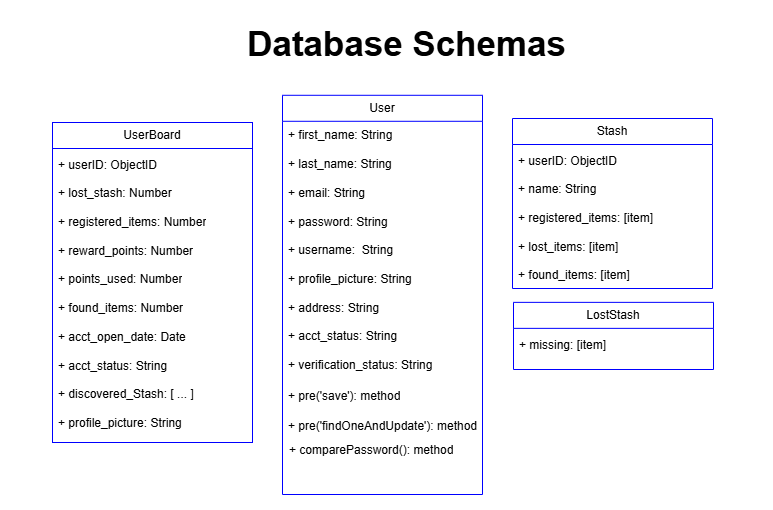
The draw.io diagram assets/docsIMG/database_schema.drawio (1).png in Cokode/mesh, before a commit. Source tidied: cells renumbered, new cells last; positions are measured from the earlier drawing's top-left corner, leaving out a move shared by most shapes.
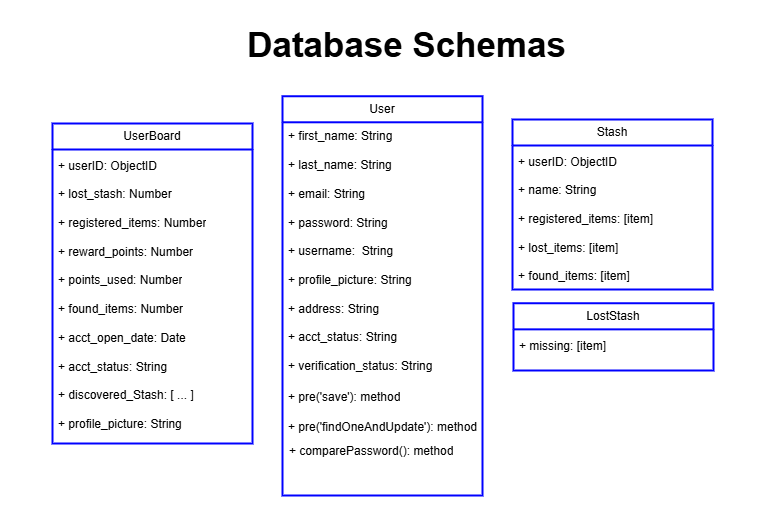
The same diagram one commit later.

Commit message:
Update Database Schema UML

Change to the diagram source:
```diff
@@ -11,7 +11,7 @@
     <mxCell id="4" style="group;strokeColor=#0000FF;" parent="1" vertex="1">
       <mxGeometry x="52" y="123" width="200" height="320" as="geometry" />
     </mxCell>
-    <mxCell id="5" value="UserBoard" style="swimlane;fontStyle=0;horizontal=1;startSize=26;fillColor=none;whiteSpace=wrap;html=1;swimlaneFillColor=none;strokeColor=#0000FF;" parent="4" vertex="1">
+    <mxCell id="5" value="UserBoard" style="swimlane;fontStyle=0;horizontal=1;startSize=26;fillColor=none;whiteSpace=wrap;html=1;swimlaneFillColor=none;strokeColor=#0000FF;strokeWidth=2;" parent="4" vertex="1">
       <mxGeometry width="200" height="320" as="geometry" />
     </mxCell>
     <mxCell id="6" value="+ userID: ObjectID" style="text;strokeColor=none;fillColor=none;align=left;verticalAlign=top;spacingLeft=4;spacingRight=4;overflow=hidden;whiteSpace=wrap;html=1;" parent="4" vertex="1">
@@ -44,7 +44,7 @@
     <mxCell id="15" value="+ profile_picture: String" style="text;strokeColor=none;fillColor=none;align=left;verticalAlign=top;spacingLeft=4;spacingRight=4;overflow=hidden;whiteSpace=wrap;html=1;" parent="4" vertex="1">
       <mxGeometry y="286.9" width="200" height="28.7" as="geometry" />
     </mxCell>
-    <mxCell id="16" value="User" style="swimlane;fontStyle=0;horizontal=1;startSize=26;fillColor=none;whiteSpace=wrap;html=1;swimlaneFillColor=none;strokeColor=#0000FF;" parent="1" vertex="1">
+    <mxCell id="16" value="User" style="swimlane;fontStyle=0;horizontal=1;startSize=26;fillColor=none;whiteSpace=wrap;html=1;swimlaneFillColor=none;strokeColor=#0000FF;strokeWidth=2;" parent="1" vertex="1">
       <mxGeometry x="282" y="95.8" width="200" height="399.2" as="geometry" />
     </mxCell>
     <mxCell id="17" value="+ first_name: String" style="text;strokeColor=none;fillColor=none;align=left;verticalAlign=top;spacingLeft=4;spacingRight=4;overflow=hidden;whiteSpace=wrap;html=1;" parent="1" vertex="1">
@@ -83,7 +83,7 @@
     <mxCell id="28" value="+ comparePassword(): method" style="text;strokeColor=none;fillColor=none;align=left;verticalAlign=top;spacingLeft=4;spacingRight=4;overflow=hidden;whiteSpace=wrap;html=1;" parent="1" vertex="1">
       <mxGeometry x="283" y="436.7" width="200" height="28.7" as="geometry" />
     </mxCell>
-    <mxCell id="29" value="Stash" style="swimlane;fontStyle=0;horizontal=1;startSize=26;fillColor=none;whiteSpace=wrap;html=1;swimlaneFillColor=none;strokeColor=#0000FF;" parent="1" vertex="1">
+    <mxCell id="29" value="Stash" style="swimlane;fontStyle=0;horizontal=1;startSize=26;fillColor=none;whiteSpace=wrap;html=1;swimlaneFillColor=none;strokeColor=#0000FF;strokeWidth=2;" parent="1" vertex="1">
       <mxGeometry x="512" y="119" width="200" height="170" as="geometry" />
     </mxCell>
     <mxCell id="30" value="+ userID: ObjectID" style="text;strokeColor=none;fillColor=none;align=left;verticalAlign=top;spacingLeft=4;spacingRight=4;overflow=hidden;whiteSpace=wrap;html=1;" parent="1" vertex="1">
@@ -101,7 +101,7 @@
     <mxCell id="34" value="+ registered_items: [item]" style="text;strokeColor=none;fillColor=none;align=left;verticalAlign=top;spacingLeft=4;spacingRight=4;overflow=hidden;whiteSpace=wrap;html=1;" parent="1" vertex="1">
       <mxGeometry x="512" y="205.1" width="200" height="28.7" as="geometry" />
     </mxCell>
-    <mxCell id="35" value="LostStash" style="swimlane;fontStyle=0;horizontal=1;startSize=26;fillColor=none;whiteSpace=wrap;html=1;swimlaneFillColor=none;strokeColor=#0000FF;" parent="1" vertex="1">
+    <mxCell id="35" value="LostStash" style="swimlane;fontStyle=0;horizontal=1;startSize=26;fillColor=none;whiteSpace=wrap;html=1;swimlaneFillColor=none;strokeColor=#0000FF;strokeWidth=2;" parent="1" vertex="1">
       <mxGeometry x="513" y="302.9" width="200" height="67.1" as="geometry" />
     </mxCell>
     <mxCell id="36" value="+ missing: [item]" style="text;strokeColor=none;fillColor=none;align=left;verticalAlign=top;spacingLeft=4;spacingRight=4;overflow=hidden;whiteSpace=wrap;html=1;" parent="1" vertex="1">
```
